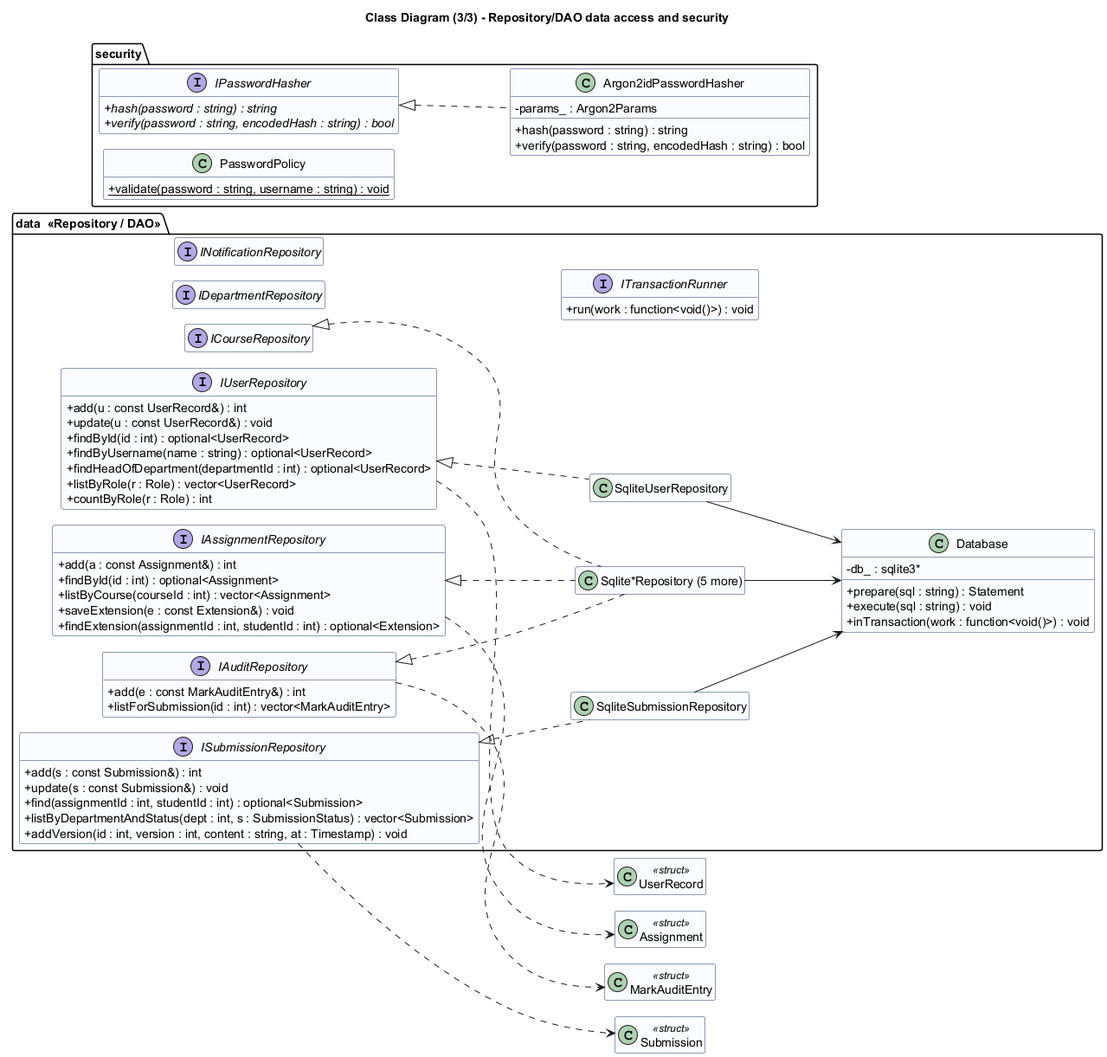
Before: docs/diagrams/rendered/class-data.png, a diagram exported from PlantUML (victormonyekem02-sudo/Edu-Management-System). Source of this version:
```plantuml
@startuml class-data
!pragma layout smetana
title Class Diagram (3/3) - Repository/DAO data access and security
skinparam classAttributeIconSize 0
skinparam class {
  BackgroundColor #FBFCFF
  BorderColor #1F3864
}
left to right direction
hide empty members

class UserRecord <<struct>>
class Submission <<struct>>
class Assignment <<struct>>
class MarkAuditEntry <<struct>>
package "security" {
  interface IPasswordHasher {
    + {abstract} hash(password : string) : string
    + {abstract} verify(password : string, encodedHash : string) : bool
  }
  class Argon2idPasswordHasher {
    - params_ : Argon2Params
    + hash(password : string) : string
    + verify(password : string, encodedHash : string) : bool
  }
  class PasswordPolicy {
    + {static} validate(password : string, username : string) : void
  }
  IPasswordHasher <|.. Argon2idPasswordHasher
}

package "data  <<Repository / DAO>>" {
  interface IUserRepository {
    + add(u : const UserRecord&) : int
    + update(u : const UserRecord&) : void
    + findById(id : int) : optional<UserRecord>
    + findByUsername(name : string) : optional<UserRecord>
    + findHeadOfDepartment(departmentId : int) : optional<UserRecord>
    + listByRole(r : Role) : vector<UserRecord>
    + countByRole(r : Role) : int
  }
  interface ICourseRepository
  interface IAssignmentRepository {
    + add(a : const Assignment&) : int
    + findById(id : int) : optional<Assignment>
    + listByCourse(courseId : int) : vector<Assignment>
    + saveExtension(e : const Extension&) : void
    + findExtension(assignmentId : int, studentId : int) : optional<Extension>
  }
  interface ISubmissionRepository {
    + add(s : const Submission&) : int
    + update(s : const Submission&) : void
    + find(assignmentId : int, studentId : int) : optional<Submission>
    + listByDepartmentAndStatus(dept : int, s : SubmissionStatus) : vector<Submission>
    + addVersion(id : int, version : int, content : string, at : Timestamp) : void
  }
  interface IAuditRepository {
    + add(e : const MarkAuditEntry&) : int
    + listForSubmission(id : int) : vector<MarkAuditEntry>
  }
  interface IDepartmentRepository
  interface INotificationRepository
  interface ITransactionRunner {
    + run(work : function<void()>) : void
  }
  class SqliteUserRepository
  class SqliteSubmissionRepository
  class "Sqlite*Repository (5 more)" as SqliteOthers
  class Database {
    - db_ : sqlite3*
    + prepare(sql : string) : Statement
    + execute(sql : string) : void
    + inTransaction(work : function<void()>) : void
  }
  IUserRepository <|.. SqliteUserRepository
  ISubmissionRepository <|.. SqliteSubmissionRepository
  IAssignmentRepository <|.. SqliteOthers
  ICourseRepository <|.. SqliteOthers
  IAuditRepository <|.. SqliteOthers
  SqliteUserRepository --> Database
  SqliteSubmissionRepository --> Database
  SqliteOthers --> Database
}

IUserRepository ..> UserRecord
ISubmissionRepository ..> Submission
IAssignmentRepository ..> Assignment
IAuditRepository ..> MarkAuditEntry
@enduml
```
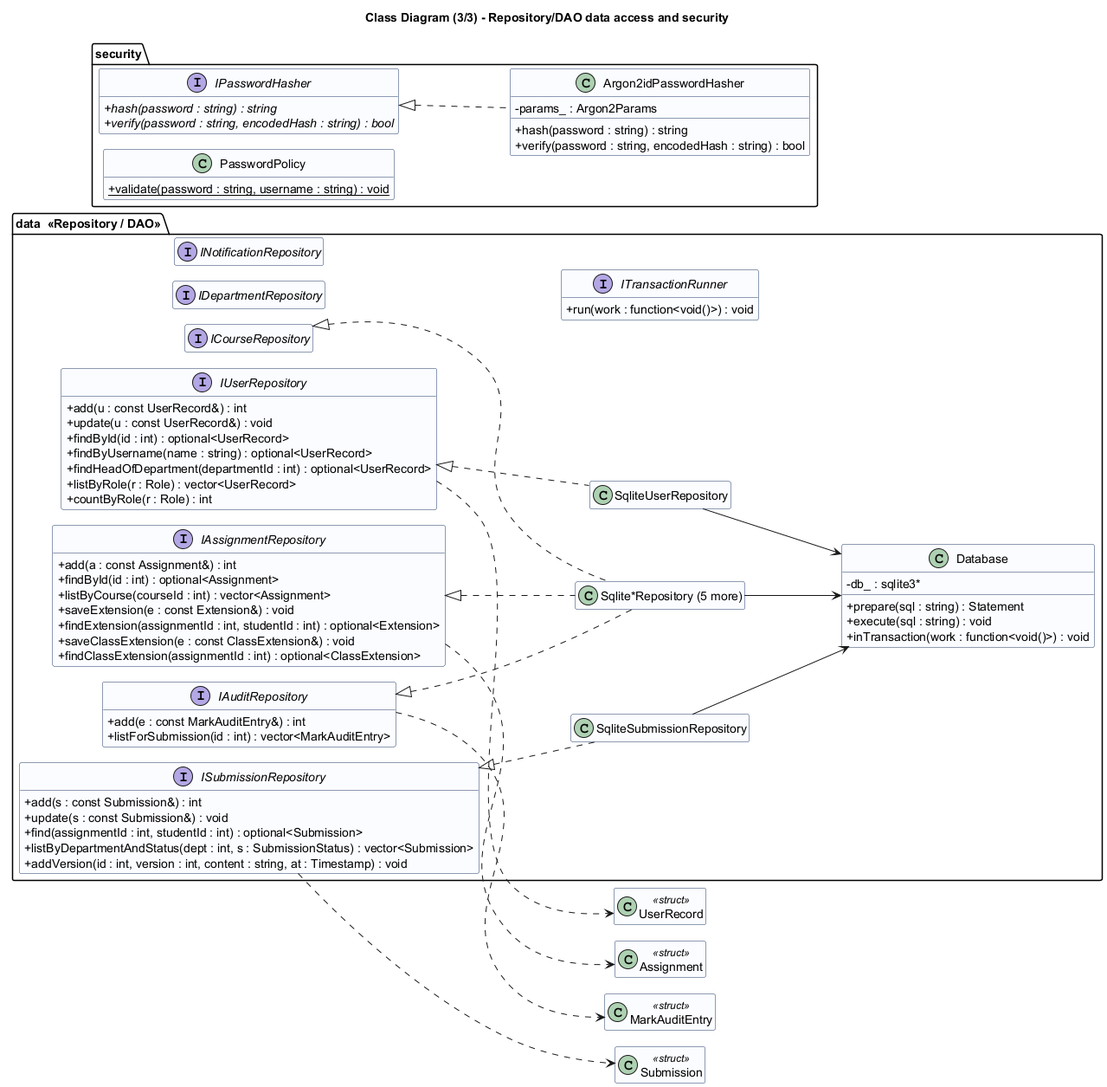
After the change.

Change to the diagram source:
```diff
@@ -46,6 +46,8 @@
     + listByCourse(courseId : int) : vector<Assignment>
     + saveExtension(e : const Extension&) : void
     + findExtension(assignmentId : int, studentId : int) : optional<Extension>
+    + saveClassExtension(e : const ClassExtension&) : void
+    + findClassExtension(assignmentId : int) : optional<ClassExtension>
   }
   interface ISubmissionRepository {
     + add(s : const Submission&) : int
```
